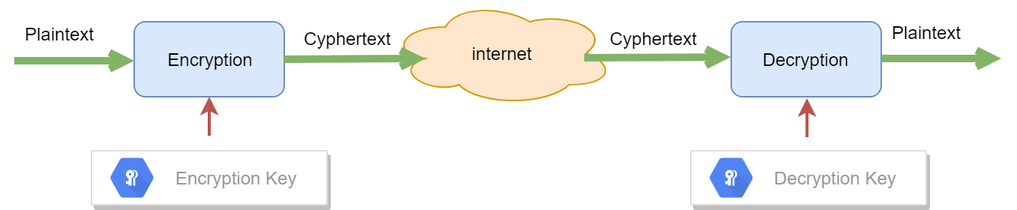
This is img/encryption_decryption_overview.png from ahenteti/ahenteti.github.io, a draw.io export, as it was before one commit. Source tidied: cells renumbered, new cells last; positions are measured from the earlier drawing's top-left corner, leaving out a move shared by most shapes.
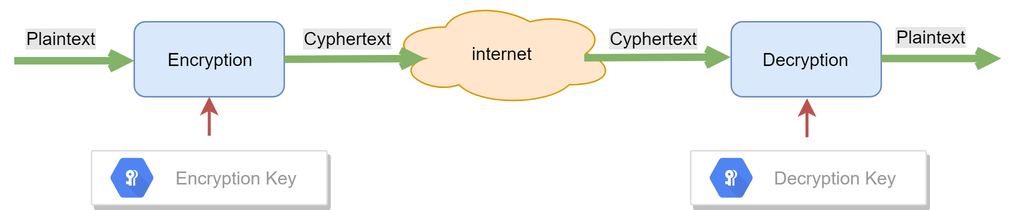
After the commit.

The edit, as a diff of the source:
```diff
@@ -16,8 +16,8 @@
         <mxPoint x="130" y="90" as="sourcePoint" />
       </mxGeometry>
     </mxCell>
-    <mxCell id="5" value="Plaintext" style="text;html=1;strokeColor=none;fillColor=none;align=center;verticalAlign=middle;whiteSpace=wrap;rounded=0;" parent="1" vertex="1">
-      <mxGeometry x="5" y="14" width="50" height="16" as="geometry" />
+    <mxCell id="5" value="Plaintext" style="text;html=1;strokeColor=none;fillColor=none;align=center;verticalAlign=middle;whiteSpace=wrap;rounded=0;labelBackgroundColor=#E6E6E6;" parent="1" vertex="1">
+      <mxGeometry x="6" y="17" width="50" height="16" as="geometry" />
     </mxCell>
     <mxCell id="6" value="internet" style="ellipse;shape=cloud;whiteSpace=wrap;html=1;fillColor=#ffe6cc;strokeColor=#d79b00;" parent="1" vertex="1">
       <mxGeometry x="250" width="150" height="70" as="geometry" />
@@ -27,7 +27,7 @@
         <mxPoint x="180" y="39" as="sourcePoint" />
       </mxGeometry>
     </mxCell>
-    <mxCell id="8" value="Cyphertext" style="text;html=1;strokeColor=none;fillColor=none;align=center;verticalAlign=middle;whiteSpace=wrap;rounded=0;" parent="1" vertex="1">
+    <mxCell id="8" value="Cyphertext" style="text;html=1;strokeColor=none;fillColor=none;align=center;verticalAlign=middle;whiteSpace=wrap;rounded=0;labelBackgroundColor=#E6E6E6;" parent="1" vertex="1">
       <mxGeometry x="196.5" y="17" width="50" height="16" as="geometry" />
     </mxCell>
     <mxCell id="9" style="endArrow=open;html=1;strokeWidth=5;fillColor=#d5e8d4;strokeColor=#82b366;endFill=0;entryX=0.16;entryY=0.55;entryDx=0;entryDy=0;entryPerimeter=0;" parent="1" edge="1">
@@ -36,7 +36,7 @@
         <mxPoint x="477.6" y="37.5" as="targetPoint" />
       </mxGeometry>
     </mxCell>
-    <mxCell id="10" value="Cyphertext" style="text;html=1;strokeColor=none;fillColor=none;align=center;verticalAlign=middle;whiteSpace=wrap;rounded=0;" parent="1" vertex="1">
+    <mxCell id="10" value="Cyphertext" style="text;html=1;strokeColor=none;fillColor=none;align=center;verticalAlign=middle;whiteSpace=wrap;rounded=0;labelBackgroundColor=#E6E6E6;" parent="1" vertex="1">
       <mxGeometry x="401" y="17" width="50" height="16" as="geometry" />
     </mxCell>
     <mxCell id="11" value="Decryption" style="rounded=1;whiteSpace=wrap;html=1;fillColor=#dae8fc;strokeColor=#6c8ebf;" parent="1" vertex="1">
@@ -48,8 +48,8 @@
         <mxPoint x="528.5" y="65" as="targetPoint" />
       </mxGeometry>
     </mxCell>
-    <mxCell id="13" value="Plaintext" style="text;html=1;strokeColor=none;fillColor=none;align=center;verticalAlign=middle;whiteSpace=wrap;rounded=0;" parent="1" vertex="1">
-      <mxGeometry x="583.2" y="13" width="50" height="16" as="geometry" />
+    <mxCell id="13" value="Plaintext" style="text;html=1;strokeColor=none;fillColor=none;align=center;verticalAlign=middle;whiteSpace=wrap;rounded=0;labelBackgroundColor=#E6E6E6;" parent="1" vertex="1">
+      <mxGeometry x="586.2" y="16" width="50" height="16" as="geometry" />
     </mxCell>
     <mxCell id="14" style="strokeColor=#dddddd;fillColor=#ffffff;shadow=1;strokeWidth=1;rounded=1;absoluteArcSize=1;arcSize=2;" parent="1" vertex="1">
       <mxGeometry x="51.5" y="100" width="157" height="36" as="geometry" />
```
